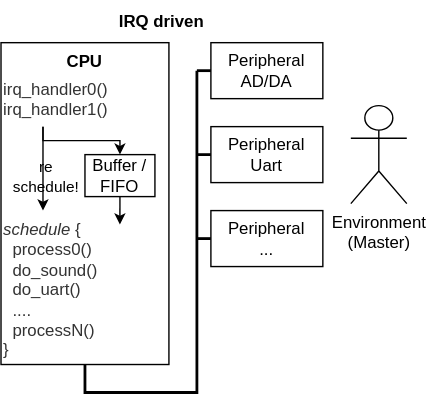
Above: docs/exercises/res/ex5_irq_system_irq.drawio.svg in hejiepn/massive_parallel_fir_filter (draw.io), before the change. Source tidied: cells renumbered, new cells last; positions are measured from the earlier drawing's top-left corner, leaving out a move shared by most shapes.
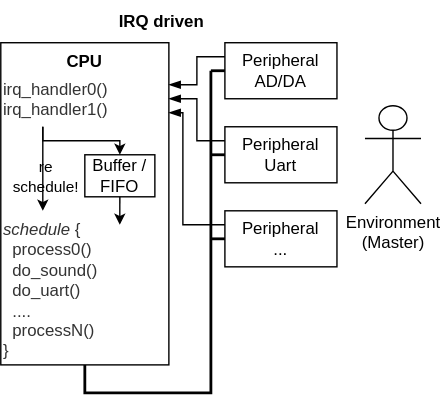
After the commit.

Diff of the diagram source:
```diff
@@ -9,41 +9,40 @@
       <mxGeometry y="150" width="120" height="110" as="geometry" />
     </mxCell>
     <mxCell id="4" value="Peripheral&lt;br&gt;AD/DA" style="rounded=0;whiteSpace=wrap;html=1;fillColor=none;verticalAlign=middle;" parent="1" vertex="1">
-      <mxGeometry x="150" y="30" width="80" height="40" as="geometry" />
+      <mxGeometry x="160" y="30" width="80" height="40" as="geometry" />
     </mxCell>
     <mxCell id="5" value="Peripheral&lt;br&gt;Uart" style="rounded=0;whiteSpace=wrap;html=1;fillColor=none;verticalAlign=middle;" parent="1" vertex="1">
-      <mxGeometry x="150" y="90" width="80" height="40" as="geometry" />
+      <mxGeometry x="160" y="90" width="80" height="40" as="geometry" />
     </mxCell>
     <mxCell id="6" value="Peripheral&lt;br&gt;..." style="rounded=0;whiteSpace=wrap;html=1;fillColor=none;verticalAlign=middle;" parent="1" vertex="1">
-      <mxGeometry x="150" y="150" width="80" height="40" as="geometry" />
+      <mxGeometry x="160" y="150" width="80" height="40" as="geometry" />
     </mxCell>
     <mxCell id="7" style="endArrow=none;html=1;rounded=0;entryX=0;entryY=0.5;entryDx=0;entryDy=0;strokeWidth=2;" parent="1" edge="1" target="4">
       <mxGeometry relative="1" as="geometry">
-        <mxPoint x="140" y="50" as="sourcePoint" />
+        <mxPoint x="150" y="50" as="sourcePoint" />
       </mxGeometry>
     </mxCell>
     <mxCell id="8" style="endArrow=none;html=1;rounded=0;entryX=0;entryY=0.5;entryDx=0;entryDy=0;strokeWidth=2;" parent="1" edge="1" target="5">
       <mxGeometry relative="1" as="geometry">
-        <mxPoint x="140" y="110" as="sourcePoint" />
+        <mxPoint x="150" y="110" as="sourcePoint" />
       </mxGeometry>
     </mxCell>
     <mxCell id="9" style="endArrow=none;html=1;rounded=0;entryX=0;entryY=0.5;entryDx=0;entryDy=0;strokeWidth=2;" parent="1" edge="1" target="6">
       <mxGeometry relative="1" as="geometry">
-        <mxPoint x="140" y="170" as="sourcePoint" />
+        <mxPoint x="150" y="170" as="sourcePoint" />
       </mxGeometry>
     </mxCell>
     <mxCell id="10" style="endArrow=none;html=1;rounded=0;entryX=0.5;entryY=1;entryDx=0;entryDy=0;strokeWidth=2;" parent="1" edge="1" target="3">
       <mxGeometry relative="1" as="geometry">
-        <mxPoint x="140" y="50" as="sourcePoint" />
+        <mxPoint x="150" y="50" as="sourcePoint" />
         <Array as="points">
-          <mxPoint x="140" y="190" />
-          <mxPoint x="140" y="280" />
+          <mxPoint x="150" y="280" />
           <mxPoint x="60" y="280" />
         </Array>
       </mxGeometry>
     </mxCell>
     <mxCell id="11" value="Environment&lt;br&gt;(Master)" style="shape=umlActor;verticalLabelPosition=bottom;verticalAlign=top;html=1;labelBackgroundColor=none;fillColor=none;" parent="1" vertex="1">
-      <mxGeometry x="250" y="75" width="40" height="70" as="geometry" />
+      <mxGeometry x="260" y="75" width="40" height="70" as="geometry" />
     </mxCell>
     <mxCell id="12" value="&lt;b&gt;IRQ driven&lt;/b&gt;" style="text;strokeColor=none;fillColor=none;align=center;verticalAlign=middle;spacingLeft=4;spacingRight=4;overflow=hidden;whiteSpace=wrap;html=1;" parent="1" vertex="1">
       <mxGeometry width="230" height="30" as="geometry" />
@@ -71,5 +70,29 @@
     <mxCell id="18" style="endArrow=classic;html=1;rounded=0;strokeWidth=1;exitX=0.5;exitY=1;exitDx=0;exitDy=0;endSize=5;startSize=5;entryX=0.708;entryY=0.091;entryDx=0;entryDy=0;entryPerimeter=0;" parent="1" edge="1" source="14" target="3">
       <mxGeometry relative="1" as="geometry" />
     </mxCell>
+    <mxCell id="19" style="endArrow=blockThin;html=1;rounded=0;entryX=1;entryY=0.25;entryDx=0;entryDy=0;exitX=0;exitY=0.25;exitDx=0;exitDy=0;strokeWidth=1;endFill=1;" parent="1" edge="1" source="4" target="13">
+      <mxGeometry relative="1" as="geometry">
+        <Array as="points">
+          <mxPoint x="140" y="40" />
+          <mxPoint x="140" y="60" />
+        </Array>
+      </mxGeometry>
+    </mxCell>
+    <mxCell id="20" style="endArrow=blockThin;html=1;rounded=0;entryX=1;entryY=0.5;entryDx=0;entryDy=0;exitX=0;exitY=0.25;exitDx=0;exitDy=0;strokeWidth=1;endFill=1;" parent="1" edge="1" source="5" target="13">
+      <mxGeometry relative="1" as="geometry">
+        <Array as="points">
+          <mxPoint x="140" y="100" />
+          <mxPoint x="140" y="70" />
+        </Array>
+      </mxGeometry>
+    </mxCell>
+    <mxCell id="21" style="endArrow=blockThin;html=1;rounded=0;entryX=1;entryY=0.75;entryDx=0;entryDy=0;exitX=0;exitY=0.25;exitDx=0;exitDy=0;strokeWidth=1;endFill=1;" parent="1" edge="1" source="6" target="13">
+      <mxGeometry relative="1" as="geometry">
+        <Array as="points">
+          <mxPoint x="130" y="160" />
+          <mxPoint x="130" y="80" />
+        </Array>
+      </mxGeometry>
+    </mxCell>
   </root>
 </mxGraphModel>
```
